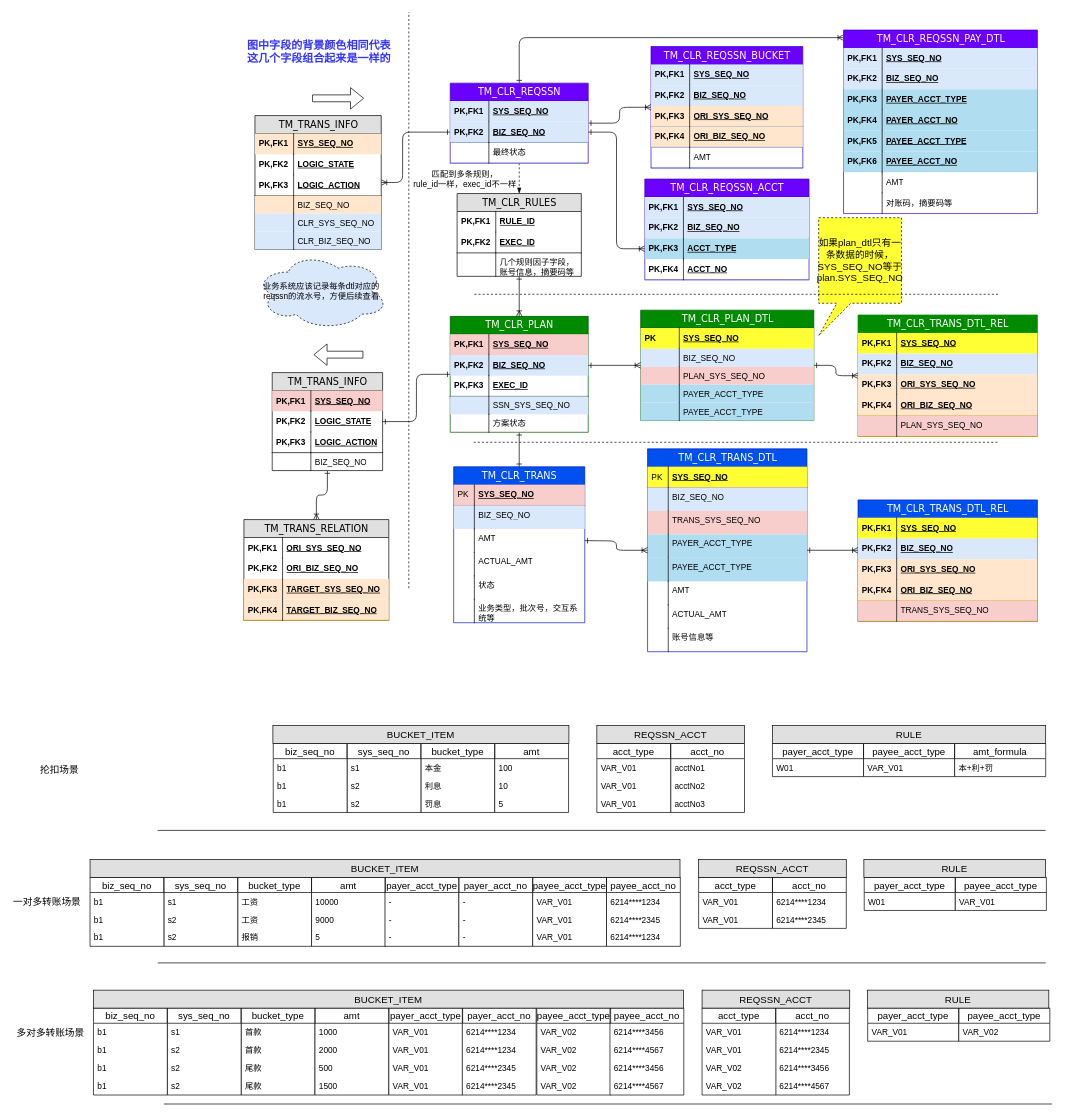
staconfree/design keeps this draw.io diagram as 清算引擎数据结构图.drawio. Above is the earlier version. Source tidied: cells renumbered, new cells numbered last; positions are measured from the earlier drawing's top-left corner, leaving out a move shared by most shapes. Both pictures are drawn from the tidied source at 69%, with x=0, y=0 at pixel (11, 12).
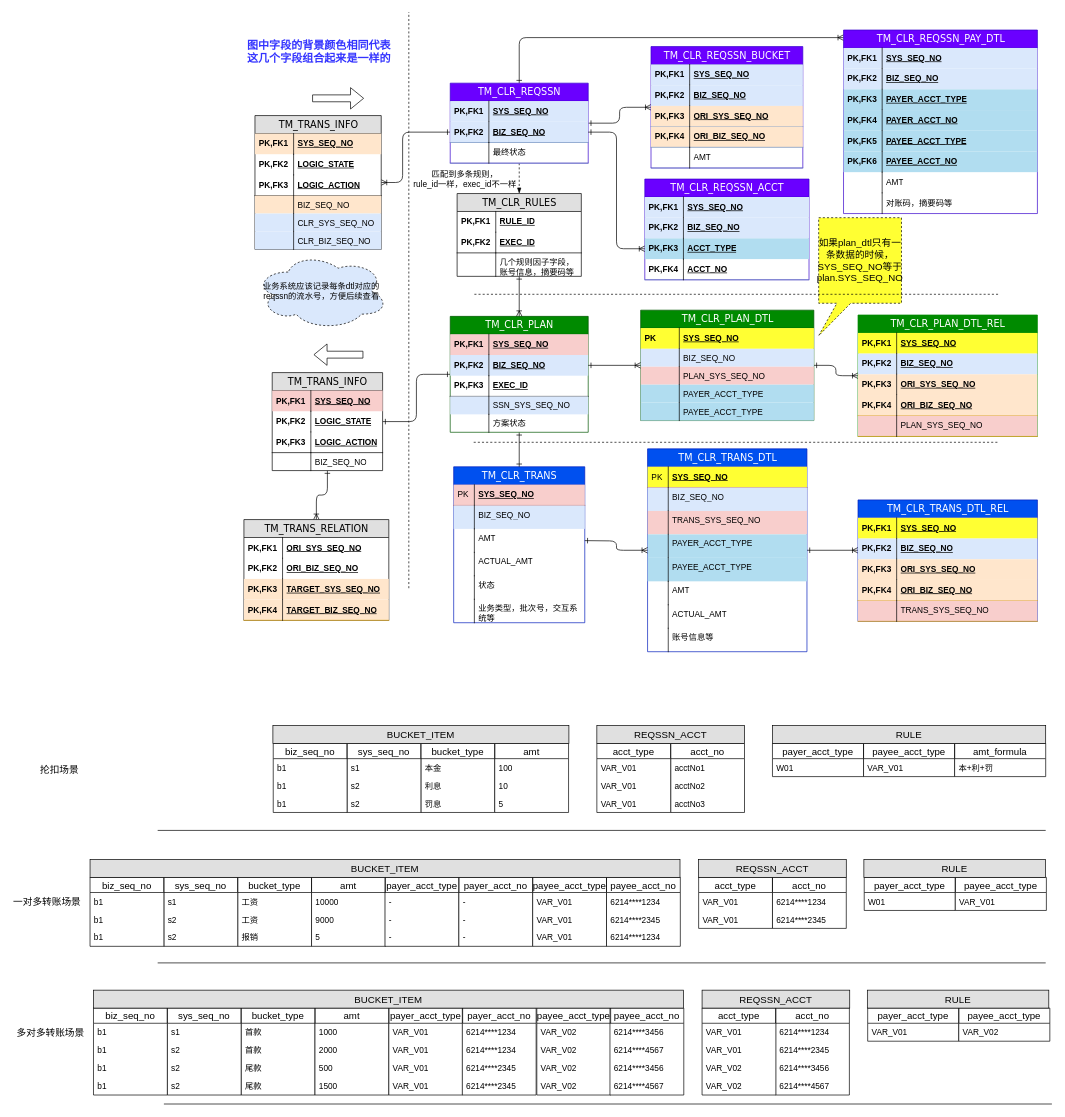
The same diagram, later.

Commit message:
更新清算引擎数据结构图.drawio

Change to the diagram source:
```diff
@@
-    <mxCell id="308" value="&lt;div&gt;TM_CLR_TRANS_DTL_REL&lt;/div&gt;" style="swimlane;html=1;fontStyle=0;horizontal=1;startSize=26;fillColor=#008A00;swimlaneFillColor=#ffffff;align=center;rounded=0;shadow=0;comic=0;labelBackgroundColor=none;strokeColor=#008A00;strokeWidth=1;fontFamily=Verdana;fontSize=14;fontColor=#ffffff;" parent="1" vertex="1">
+    <mxCell id="308" value="&lt;div&gt;TM_CLR_PLAN_DTL_REL&lt;/div&gt;" style="swimlane;html=1;fontStyle=0;horizontal=1;startSize=26;fillColor=#008A00;swimlaneFillColor=#ffffff;align=center;rounded=0;shadow=0;comic=0;labelBackgroundColor=none;strokeColor=#008A00;strokeWidth=1;fontFamily=Verdana;fontSize=14;fontColor=#ffffff;" parent="1" vertex="1">
       <mxGeometry x="1227" y="439" width="260" height="176" as="geometry" />
     </mxCell>
```
